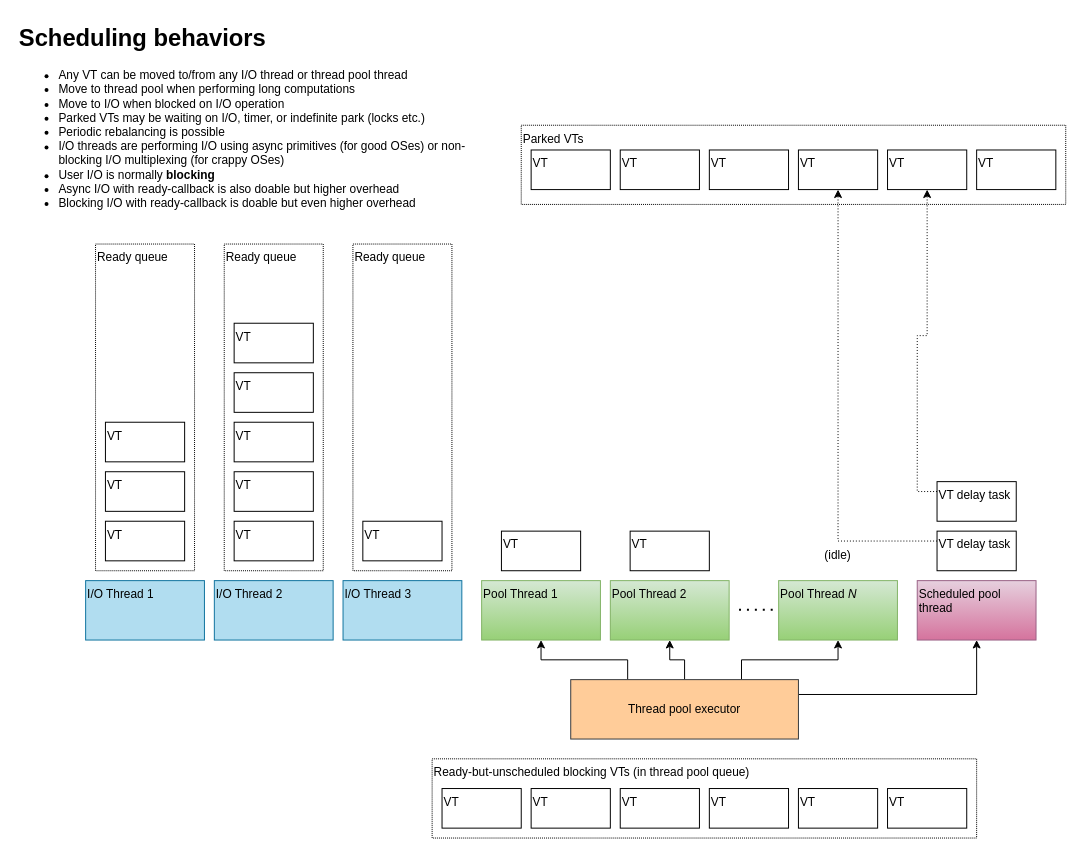
Before: Scheduling behavior.drawio in dmlloyd/diagrams, a draw.io diagram. Source tidied: cells renumbered, new cells numbered last; positions are measured from the earlier drawing's top-left corner, leaving out a move shared by most shapes. Both pictures are drawn from the tidied source at 99%, with x=0, y=0 at pixel (17, 17).
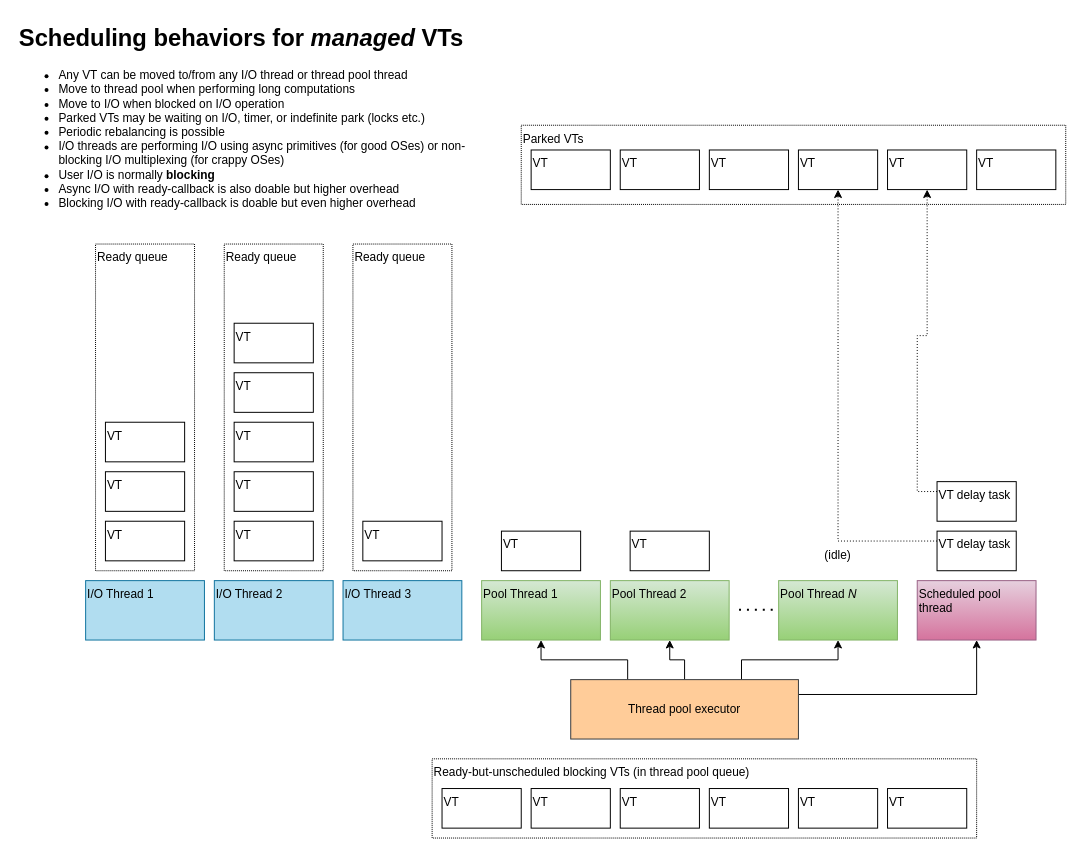
After the change.

What changed in the source:
```diff
@@
-    <mxCell id="42" value="&lt;h1 style=&quot;margin-top: 0px;&quot;&gt;Scheduling behaviors&lt;/h1&gt;&lt;div&gt;&lt;ul&gt;&lt;li&gt;Any VT can be moved to/from any I/O thread or thread pool thread&lt;/li&gt;&lt;li&gt;Move to thread pool when performing long computations&lt;/li&gt;&lt;li&gt;Move to I/O when blocked on I/O operation&lt;/li&gt;&lt;li&gt;Parked VTs may be waiting on I/O, timer, or indefinite park (locks etc.)&lt;/li&gt;&lt;li&gt;Periodic rebalancing is possible&lt;/li&gt;&lt;li&gt;I/O threads are performing I/O using async primitives (for good OSes) or non-blocking I/O multiplexing (for crappy OSes)&lt;/li&gt;&lt;li&gt;User I/O is normally &lt;b&gt;blocking&lt;/b&gt;&lt;/li&gt;&lt;li&gt;Async I/O with ready-callback is also doable but higher overhead&lt;/li&gt;&lt;li&gt;Blocking I/O with ready-callback is doable but even higher overhead&lt;/li&gt;&lt;/ul&gt;&lt;/div&gt;" style="text;html=1;whiteSpace=wrap;overflow=hidden;rounded=0;" parent="1" vertex="1">
+    <mxCell id="42" value="&lt;h1 style=&quot;margin-top: 0px;&quot;&gt;Scheduling behaviors for &lt;i&gt;managed&lt;/i&gt;&amp;nbsp;VTs&lt;/h1&gt;&lt;div&gt;&lt;ul&gt;&lt;li&gt;Any VT can be moved to/from any I/O thread or thread pool thread&lt;/li&gt;&lt;li&gt;Move to thread pool when performing long computations&lt;/li&gt;&lt;li&gt;Move to I/O when blocked on I/O operation&lt;/li&gt;&lt;li&gt;Parked VTs may be waiting on I/O, timer, or indefinite park (locks etc.)&lt;/li&gt;&lt;li&gt;Periodic rebalancing is possible&lt;/li&gt;&lt;li&gt;I/O threads are performing I/O using async primitives (for good OSes) or non-blocking I/O multiplexing (for crappy OSes)&lt;/li&gt;&lt;li&gt;User I/O is normally &lt;b&gt;blocking&lt;/b&gt;&lt;/li&gt;&lt;li&gt;Async I/O with ready-callback is also doable but higher overhead&lt;/li&gt;&lt;li&gt;Blocking I/O with ready-callback is doable but even higher overhead&lt;/li&gt;&lt;/ul&gt;&lt;/div&gt;" style="text;html=1;whiteSpace=wrap;overflow=hidden;rounded=0;" parent="1" vertex="1">
       <mxGeometry width="490" height="210" as="geometry" />
     </mxCell>
```
